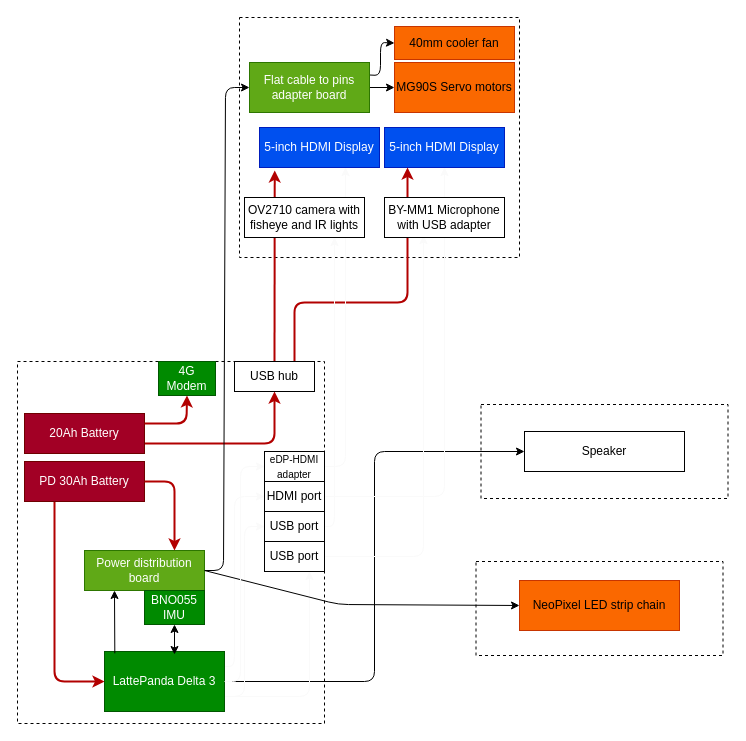
Earlier version of the draw.io diagram Planning/Hardware.drawio (MekhyW/DYNAMO-Electronic_Fursuit-2.0). Source tidied: cells renumbered, new cells numbered last; positions are measured from the earlier drawing's top-left corner, leaving out a move shared by most shapes. Both pictures are drawn from the tidied source at 100%, with x=0, y=0 at pixel (17, 17).
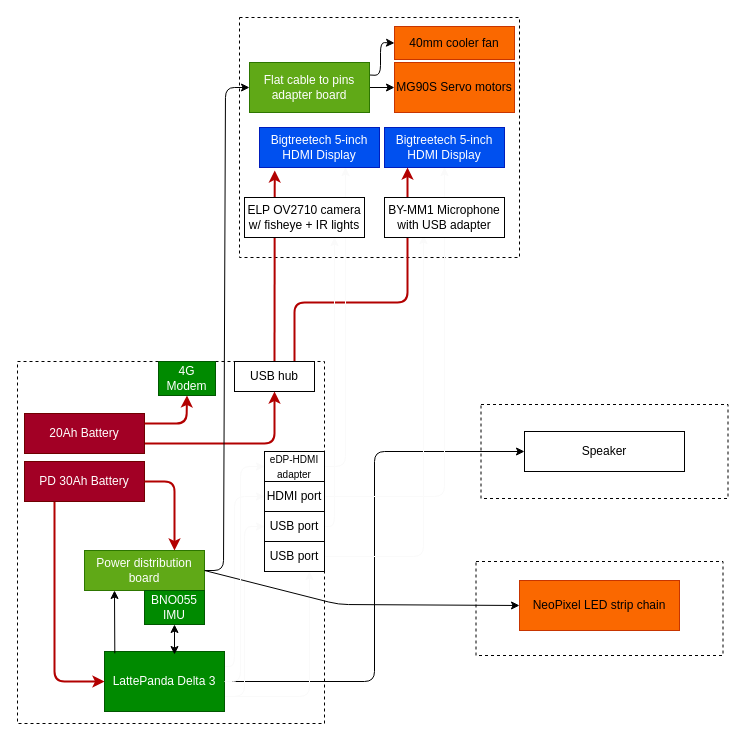
After the change.

What changed in the source:
```diff
@@
-    <mxCell id="8" value="5-inch HDMI Display" style="rounded=0;whiteSpace=wrap;html=1;fillColor=#0050ef;fontColor=#ffffff;strokeColor=#001DBC;" parent="1" vertex="1">
+    <mxCell id="8" value="Bigtreetech 5-inch HDMI Display" style="rounded=0;whiteSpace=wrap;html=1;fillColor=#0050ef;fontColor=#ffffff;strokeColor=#001DBC;" parent="1" vertex="1">
       <mxGeometry x="367" y="110" width="120" height="40" as="geometry" />
     </mxCell>
@@
-    <mxCell id="22" value="5-inch HDMI Display" style="rounded=0;whiteSpace=wrap;html=1;fillColor=#0050ef;fontColor=#ffffff;strokeColor=#001DBC;" parent="1" vertex="1">
+    <mxCell id="22" value="Bigtreetech 5-inch HDMI Display" style="rounded=0;whiteSpace=wrap;html=1;fillColor=#0050ef;fontColor=#ffffff;strokeColor=#001DBC;" parent="1" vertex="1">
       <mxGeometry x="242" y="110" width="120" height="40" as="geometry" />
     </mxCell>
@@
-    <mxCell id="40" value="OV2710 camera with fisheye and IR lights" style="rounded=0;whiteSpace=wrap;html=1;" parent="1" vertex="1">
+    <mxCell id="40" value="ELP OV2710 camera w/ fisheye + IR lights" style="rounded=0;whiteSpace=wrap;html=1;" parent="1" vertex="1">
       <mxGeometry x="227" y="180" width="120" height="40" as="geometry" />
     </mxCell>
```
